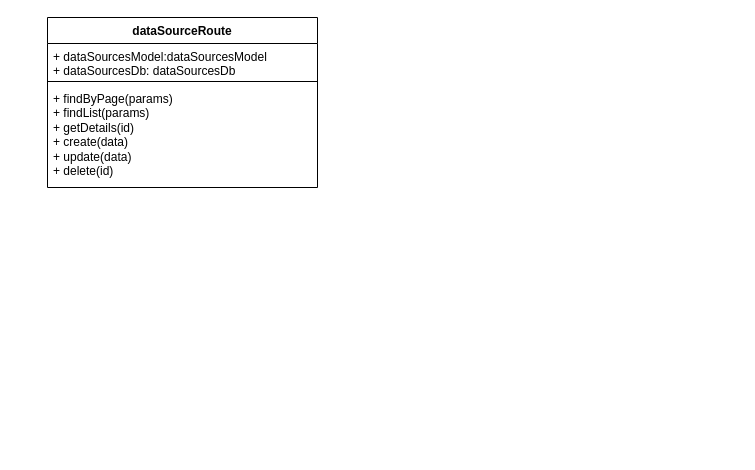
This is 数据源.drawio from yuxinyu12345/diagrams, a draw.io file, before an edit. Source tidied: cells renumbered, new cells numbered last; positions are measured from the earlier drawing's top-left corner, leaving out a move shared by most shapes. Both pictures are drawn from the tidied source at 100%, with x=0, y=0 at pixel (47, 17).
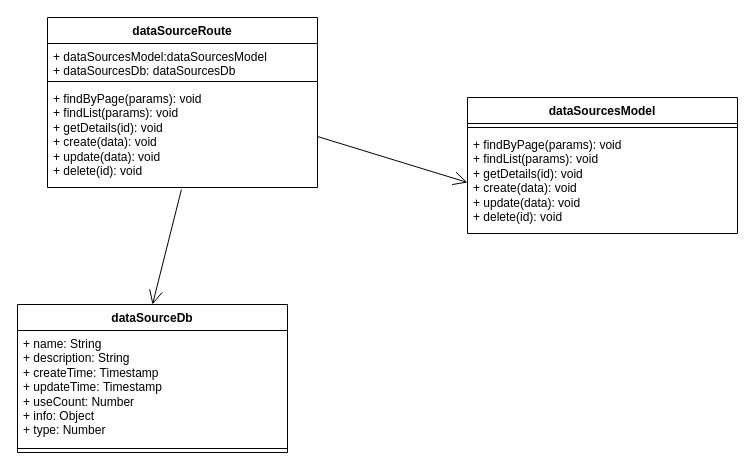
The same diagram, later.

Commit message (it also covers changes not shown here):
更新数据源.drawio

Diff of the diagram source:
```diff
@@
 <mxGraphModel>
   <root>
     <mxCell id="0" />
     <mxCell id="1" parent="0" />
     <mxCell id="2" value="dataSourceRoute" style="swimlane;fontStyle=1;align=center;verticalAlign=top;horizontal=1;startSize=26;whiteSpace=wrap;html=1;" parent="1" vertex="1">
       <mxGeometry width="270" height="170" as="geometry" />
     </mxCell>
     <mxCell id="3" value="+ dataSourcesModel:dataSourcesModel&lt;br&gt;+ dataSourcesDb: dataSourcesDb" style="text;strokeColor=none;fillColor=none;align=left;verticalAlign=top;spacingLeft=4;spacingRight=4;overflow=hidden;whiteSpace=wrap;html=1;" parent="2" vertex="1">
       <mxGeometry y="26" width="270" height="34" as="geometry" />
     </mxCell>
     <mxCell id="4" style="line;strokeWidth=1;fillColor=none;align=left;verticalAlign=middle;spacingTop=-1;spacingLeft=3;spacingRight=3;labelPosition=right;strokeColor=inherit;" parent="2" vertex="1">
       <mxGeometry y="60" width="270" height="8" as="geometry" />
     </mxCell>
-    <mxCell id="5" value="+ findByPage(params)&lt;br&gt;+ findList(params)&lt;br&gt;+ getDetails(id)&lt;br&gt;+ create(data)&lt;br&gt;+ update(data)&lt;br&gt;+ delete(id)&lt;br&gt;" style="text;strokeColor=none;fillColor=none;align=left;verticalAlign=top;spacingLeft=4;spacingRight=4;overflow=hidden;points=[[0,0.5],[1,0.5]];portConstraint=eastwest;whiteSpace=wrap;html=1;" parent="2" vertex="1">
+    <mxCell id="5" value="+ findByPage(params): void&lt;br&gt;+ findList(params): void&lt;br&gt;+ getDetails(id): void&lt;br&gt;+ create(data): void&lt;br&gt;+ update(data): void&lt;br&gt;+ delete(id): void" style="text;strokeColor=none;fillColor=none;align=left;verticalAlign=top;spacingLeft=4;spacingRight=4;overflow=hidden;points=[[0,0.5],[1,0.5]];portConstraint=eastwest;whiteSpace=wrap;html=1;" parent="2" vertex="1">
       <mxGeometry y="68" width="270" height="102" as="geometry" />
     </mxCell>
+    <mxCell id="6" value="dataSourcesModel" style="swimlane;fontStyle=1;align=center;verticalAlign=top;horizontal=1;startSize=26;whiteSpace=wrap;html=1;" parent="1" vertex="1">
+      <mxGeometry x="420" y="80" width="270" height="136" as="geometry" />
+    </mxCell>
+    <mxCell id="7" style="line;strokeWidth=1;fillColor=none;align=left;verticalAlign=middle;spacingTop=-1;spacingLeft=3;spacingRight=3;labelPosition=right;strokeColor=inherit;" parent="6" vertex="1">
+      <mxGeometry y="26" width="270" height="8" as="geometry" />
+    </mxCell>
+    <mxCell id="8" value="+ findByPage(params): void&lt;br&gt;+ findList(params): void&lt;br&gt;+ getDetails(id): void&lt;br&gt;+ create(data): void&lt;br&gt;+ update(data): void&lt;br&gt;+ delete(id): void" style="text;strokeColor=none;fillColor=none;align=left;verticalAlign=top;spacingLeft=4;spacingRight=4;overflow=hidden;points=[[0,0.5],[1,0.5]];portConstraint=eastwest;whiteSpace=wrap;html=1;" parent="6" vertex="1">
+      <mxGeometry y="34" width="270" height="102" as="geometry" />
+    </mxCell>
+    <mxCell id="9" value="dataSourceDb" style="swimlane;fontStyle=1;align=center;verticalAlign=top;horizontal=1;startSize=26;whiteSpace=wrap;html=1;" parent="1" vertex="1">
+      <mxGeometry x="-30" y="287" width="270" height="148" as="geometry" />
+    </mxCell>
+    <mxCell id="10" value="+ name: String&lt;br&gt;+&amp;nbsp;description: String&lt;br&gt;+&amp;nbsp;createTime:&amp;nbsp;Timestamp&lt;br&gt;+ updateTime:&amp;nbsp;Timestamp&lt;br&gt;+ useCount: Number&lt;br&gt;+&amp;nbsp;info: Object&lt;br&gt;+ type:&amp;nbsp;Number" style="text;strokeColor=none;fillColor=none;align=left;verticalAlign=top;spacingLeft=4;spacingRight=4;overflow=hidden;whiteSpace=wrap;html=1;" parent="9" vertex="1">
+      <mxGeometry y="26" width="270" height="114" as="geometry" />
+    </mxCell>
+    <mxCell id="11" style="line;strokeWidth=1;fillColor=none;align=left;verticalAlign=middle;spacingTop=-1;spacingLeft=3;spacingRight=3;labelPosition=right;strokeColor=inherit;" parent="9" vertex="1">
+      <mxGeometry y="140" width="270" height="8" as="geometry" />
+    </mxCell>
+    <mxCell id="12" style="endArrow=open;endFill=1;endSize=12;html=1;rounded=0;exitX=1;exitY=0.5;exitDx=0;exitDy=0;entryX=0;entryY=0.5;entryDx=0;entryDy=0;" parent="1" edge="1" source="5" target="8">
+      <mxGeometry relative="1" as="geometry" />
+    </mxCell>
+    <mxCell id="13" style="endArrow=open;endFill=1;endSize=12;html=1;rounded=0;exitX=0.496;exitY=1.02;exitDx=0;exitDy=0;exitPerimeter=0;entryX=0.5;entryY=0;entryDx=0;entryDy=0;" parent="1" edge="1" source="5" target="9">
+      <mxGeometry relative="1" as="geometry" />
+    </mxCell>
   </root>
 </mxGraphModel>
```
